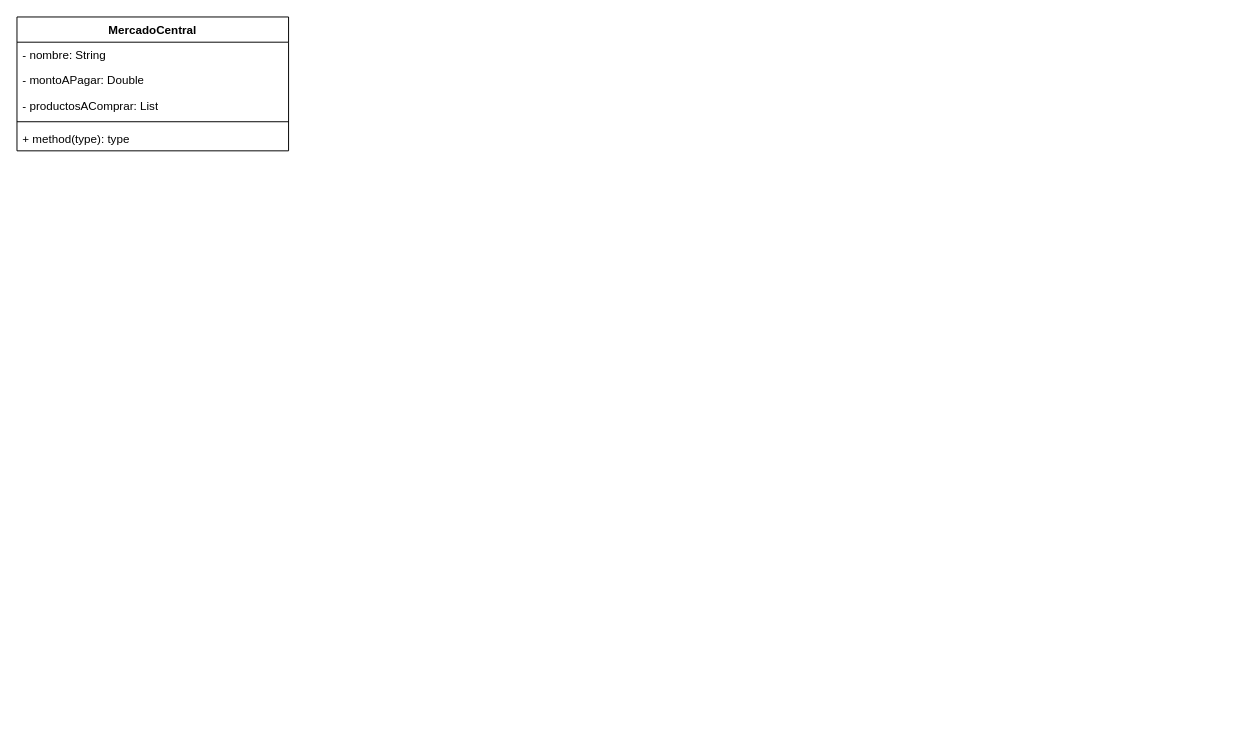
Earlier version of the draw.io diagram src/tp5/Tp5-UML.drawio (Rodriexze/unqui-po2-ojeda). Source tidied: cells renumbered, new cells numbered last; positions are measured from the earlier drawing's top-left corner, leaving out a move shared by most shapes. Both pictures are drawn from the tidied source at 97%, with x=0, y=0 at pixel (16, 16).
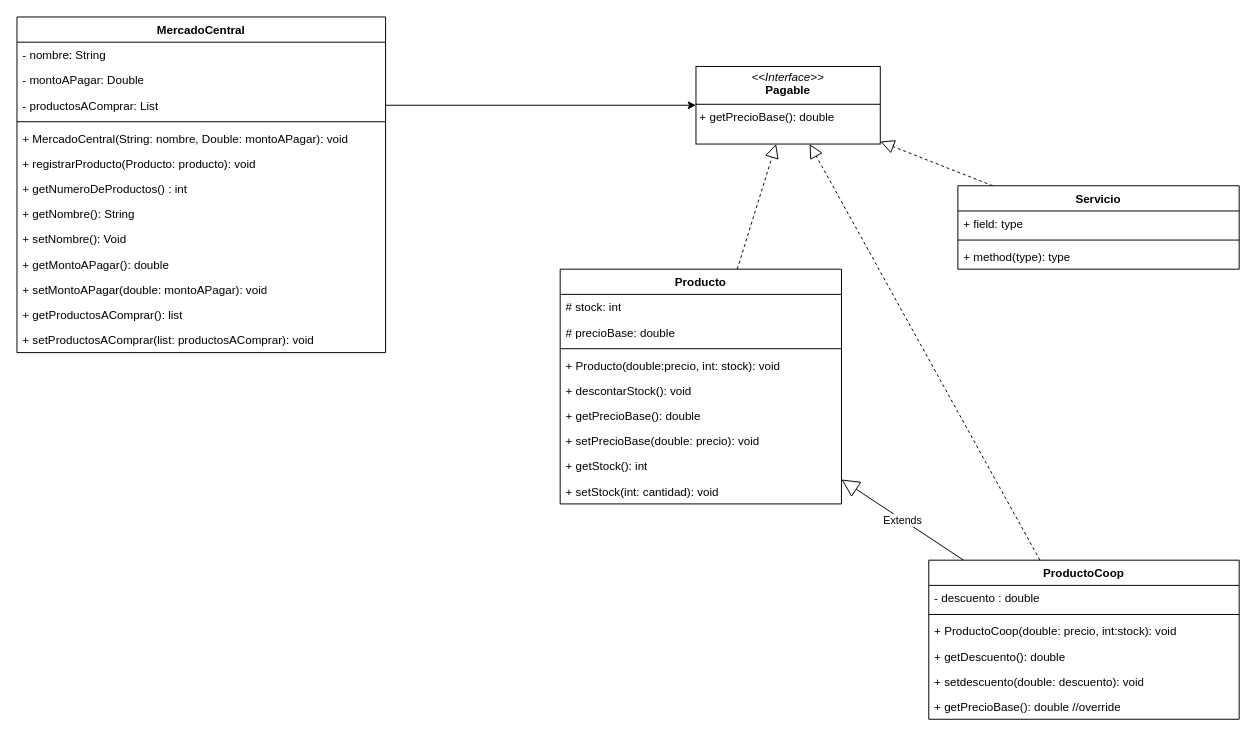
Above is the later version.

Change to the diagram source:
```diff
@@
     <mxCell id="2" value="MercadoCentral" style="swimlane;fontStyle=1;align=center;verticalAlign=top;horizontal=1;startSize=26;whiteSpace=wrap;html=1;" parent="1" vertex="1">
-      <mxGeometry width="280" height="138" as="geometry" />
+      <mxGeometry width="380" height="346" as="geometry" />
     </mxCell>
     <mxCell id="3" value="- nombre: String" style="text;strokeColor=none;fillColor=none;align=left;verticalAlign=top;spacingLeft=4;spacingRight=4;overflow=hidden;whiteSpace=wrap;html=1;" parent="2" vertex="1">
-      <mxGeometry y="26" width="280" height="26" as="geometry" />
+      <mxGeometry y="26" width="380" height="26" as="geometry" />
     </mxCell>
     <mxCell id="4" value="- montoAPagar: Double" style="text;strokeColor=none;fillColor=none;align=left;verticalAlign=top;spacingLeft=4;spacingRight=4;overflow=hidden;whiteSpace=wrap;html=1;" parent="2" vertex="1">
-      <mxGeometry y="52" width="280" height="26" as="geometry" />
+      <mxGeometry y="52" width="380" height="26" as="geometry" />
     </mxCell>
     <mxCell id="5" value="- productosAComprar: List" style="text;strokeColor=none;fillColor=none;align=left;verticalAlign=top;spacingLeft=4;spacingRight=4;overflow=hidden;points=[[0,0.5],[1,0.5]];portConstraint=eastwest;whiteSpace=wrap;html=1;" parent="2" vertex="1">
-      <mxGeometry y="78" width="280" height="26" as="geometry" />
+      <mxGeometry y="78" width="380" height="26" as="geometry" />
     </mxCell>
     <mxCell id="6" style="line;strokeWidth=1;fillColor=none;align=left;verticalAlign=middle;spacingTop=-1;spacingLeft=3;spacingRight=3;labelPosition=right;strokeColor=inherit;" parent="2" vertex="1">
-      <mxGeometry y="104" width="280" height="8" as="geometry" />
+      <mxGeometry y="104" width="380" height="8" as="geometry" />
     </mxCell>
-    <mxCell id="7" value="+ method(type): type" style="text;strokeColor=none;fillColor=none;align=left;verticalAlign=top;spacingLeft=4;spacingRight=4;overflow=hidden;whiteSpace=wrap;html=1;" parent="2" vertex="1">
-      <mxGeometry y="112" width="280" height="26" as="geometry" />
+    <mxCell id="7" value="+ MercadoCentral(String: nombre, Double: montoAPagar): void" style="text;strokeColor=none;fillColor=none;align=left;verticalAlign=top;spacingLeft=4;spacingRight=4;overflow=hidden;whiteSpace=wrap;html=1;" parent="2" vertex="1">
+      <mxGeometry y="112" width="380" height="26" as="geometry" />
     </mxCell>
+    <mxCell id="8" value="+ registrarProducto(Producto: producto): void" style="text;strokeColor=none;fillColor=none;align=left;verticalAlign=top;spacingLeft=4;spacingRight=4;overflow=hidden;whiteSpace=wrap;html=1;" parent="2" vertex="1">
+      <mxGeometry y="138" width="380" height="26" as="geometry" />
+    </mxCell>
+    <mxCell id="9" value="+ getNumeroDeProductos() : int" style="text;strokeColor=none;fillColor=none;align=left;verticalAlign=top;spacingLeft=4;spacingRight=4;overflow=hidden;whiteSpace=wrap;html=1;" parent="2" vertex="1">
+      <mxGeometry y="164" width="380" height="26" as="geometry" />
+    </mxCell>
+    <mxCell id="10" value="+ getNombre(): String" style="text;strokeColor=none;fillColor=none;align=left;verticalAlign=top;spacingLeft=4;spacingRight=4;overflow=hidden;whiteSpace=wrap;html=1;" parent="2" vertex="1">
+      <mxGeometry y="190" width="380" height="26" as="geometry" />
+    </mxCell>
+    <mxCell id="11" value="+ setNombre(): Void" style="text;strokeColor=none;fillColor=none;align=left;verticalAlign=top;spacingLeft=4;spacingRight=4;overflow=hidden;whiteSpace=wrap;html=1;" parent="2" vertex="1">
+      <mxGeometry y="216" width="380" height="26" as="geometry" />
+    </mxCell>
+    <mxCell id="12" value="+ getMontoAPagar(): double" style="text;strokeColor=none;fillColor=none;align=left;verticalAlign=top;spacingLeft=4;spacingRight=4;overflow=hidden;whiteSpace=wrap;html=1;" parent="2" vertex="1">
+      <mxGeometry y="242" width="380" height="26" as="geometry" />
+    </mxCell>
+    <mxCell id="13" value="+ setMontoAPagar(double: montoAPagar): void" style="text;strokeColor=none;fillColor=none;align=left;verticalAlign=top;spacingLeft=4;spacingRight=4;overflow=hidden;whiteSpace=wrap;html=1;" parent="2" vertex="1">
+      <mxGeometry y="268" width="380" height="26" as="geometry" />
+    </mxCell>
+    <mxCell id="14" value="+ getProductosAComprar(): list" style="text;strokeColor=none;fillColor=none;align=left;verticalAlign=top;spacingLeft=4;spacingRight=4;overflow=hidden;whiteSpace=wrap;html=1;" parent="2" vertex="1">
+      <mxGeometry y="294" width="380" height="26" as="geometry" />
+    </mxCell>
+    <mxCell id="15" value="+ setProductosAComprar(list: productosAComprar): void" style="text;strokeColor=none;fillColor=none;align=left;verticalAlign=top;spacingLeft=4;spacingRight=4;overflow=hidden;whiteSpace=wrap;html=1;" parent="2" vertex="1">
+      <mxGeometry y="320" width="380" height="26" as="geometry" />
+    </mxCell>
+    <mxCell id="16" value="Producto" style="swimlane;fontStyle=1;align=center;verticalAlign=top;horizontal=1;startSize=26;whiteSpace=wrap;html=1;" parent="1" vertex="1">
+      <mxGeometry x="560" y="260" width="290" height="242" as="geometry" />
+    </mxCell>
+    <mxCell id="17" value="# stock: int" style="text;strokeColor=none;fillColor=none;align=left;verticalAlign=top;spacingLeft=4;spacingRight=4;overflow=hidden;whiteSpace=wrap;html=1;" parent="16" vertex="1">
+      <mxGeometry y="26" width="290" height="26" as="geometry" />
+    </mxCell>
+    <mxCell id="18" value="# precioBase: double" style="text;strokeColor=none;fillColor=none;align=left;verticalAlign=top;spacingLeft=4;spacingRight=4;overflow=hidden;whiteSpace=wrap;html=1;" parent="16" vertex="1">
+      <mxGeometry y="52" width="290" height="26" as="geometry" />
+    </mxCell>
+    <mxCell id="19" style="line;strokeWidth=1;fillColor=none;align=left;verticalAlign=middle;spacingTop=-1;spacingLeft=3;spacingRight=3;labelPosition=right;strokeColor=inherit;" parent="16" vertex="1">
+      <mxGeometry y="78" width="290" height="8" as="geometry" />
+    </mxCell>
+    <mxCell id="20" value="+ Producto(double:precio, int: stock): void" style="text;strokeColor=none;fillColor=none;align=left;verticalAlign=top;spacingLeft=4;spacingRight=4;overflow=hidden;whiteSpace=wrap;html=1;" parent="16" vertex="1">
+      <mxGeometry y="86" width="290" height="26" as="geometry" />
+    </mxCell>
+    <mxCell id="21" value="+ descontarStock(): void" style="text;strokeColor=none;fillColor=none;align=left;verticalAlign=top;spacingLeft=4;spacingRight=4;overflow=hidden;whiteSpace=wrap;html=1;" parent="16" vertex="1">
+      <mxGeometry y="112" width="290" height="26" as="geometry" />
+    </mxCell>
+    <mxCell id="22" value="+ getPrecioBase(): double" style="text;strokeColor=none;fillColor=none;align=left;verticalAlign=top;spacingLeft=4;spacingRight=4;overflow=hidden;whiteSpace=wrap;html=1;" parent="16" vertex="1">
+      <mxGeometry y="138" width="290" height="26" as="geometry" />
+    </mxCell>
+    <mxCell id="23" value="+ setPrecioBase(double: precio): void" style="text;strokeColor=none;fillColor=none;align=left;verticalAlign=top;spacingLeft=4;spacingRight=4;overflow=hidden;whiteSpace=wrap;html=1;" parent="16" vertex="1">
+      <mxGeometry y="164" width="290" height="26" as="geometry" />
+    </mxCell>
+    <mxCell id="24" value="+ getStock(): int" style="text;strokeColor=none;fillColor=none;align=left;verticalAlign=top;spacingLeft=4;spacingRight=4;overflow=hidden;whiteSpace=wrap;html=1;" parent="16" vertex="1">
+      <mxGeometry y="190" width="290" height="26" as="geometry" />
+    </mxCell>
+    <mxCell id="25" value="+ setStock(int: cantidad): void" style="text;strokeColor=none;fillColor=none;align=left;verticalAlign=top;spacingLeft=4;spacingRight=4;overflow=hidden;whiteSpace=wrap;html=1;" parent="16" vertex="1">
+      <mxGeometry y="216" width="290" height="26" as="geometry" />
+    </mxCell>
+    <mxCell id="26" style="edgeStyle=orthogonalEdgeStyle;rounded=0;jettySize=auto;html=1;" parent="1" edge="1" source="5" target="35">
+      <mxGeometry relative="1" as="geometry" />
+    </mxCell>
+    <mxCell id="27" value="ProductoCoop" style="swimlane;fontStyle=1;align=center;verticalAlign=top;horizontal=1;startSize=26;whiteSpace=wrap;html=1;" parent="1" vertex="1">
+      <mxGeometry x="940" y="560" width="320" height="164" as="geometry" />
+    </mxCell>
+    <mxCell id="28" value="- descuento : double" style="text;strokeColor=none;fillColor=none;align=left;verticalAlign=top;spacingLeft=4;spacingRight=4;overflow=hidden;whiteSpace=wrap;html=1;" parent="27" vertex="1">
+      <mxGeometry y="26" width="320" height="26" as="geometry" />
+    </mxCell>
+    <mxCell id="29" style="line;strokeWidth=1;fillColor=none;align=left;verticalAlign=middle;spacingTop=-1;spacingLeft=3;spacingRight=3;labelPosition=right;strokeColor=inherit;" parent="27" vertex="1">
+      <mxGeometry y="52" width="320" height="8" as="geometry" />
+    </mxCell>
+    <mxCell id="30" value="+ ProductoCoop(double: precio, int:stock): void" style="text;strokeColor=none;fillColor=none;align=left;verticalAlign=top;spacingLeft=4;spacingRight=4;overflow=hidden;whiteSpace=wrap;html=1;" parent="27" vertex="1">
+      <mxGeometry y="60" width="320" height="26" as="geometry" />
+    </mxCell>
+    <mxCell id="31" value="+ getDescuento(): double" style="text;strokeColor=none;fillColor=none;align=left;verticalAlign=top;spacingLeft=4;spacingRight=4;overflow=hidden;whiteSpace=wrap;html=1;" parent="27" vertex="1">
+      <mxGeometry y="86" width="320" height="26" as="geometry" />
+    </mxCell>
+    <mxCell id="32" value="+ setdescuento(double: descuento): void&lt;div&gt;&lt;br&gt;&lt;/div&gt;" style="text;strokeColor=none;fillColor=none;align=left;verticalAlign=top;spacingLeft=4;spacingRight=4;overflow=hidden;whiteSpace=wrap;html=1;" parent="27" vertex="1">
+      <mxGeometry y="112" width="320" height="26" as="geometry" />
+    </mxCell>
+    <mxCell id="33" value="+ getPrecioBase(): double //override" style="text;strokeColor=none;fillColor=none;align=left;verticalAlign=top;spacingLeft=4;spacingRight=4;overflow=hidden;whiteSpace=wrap;html=1;" parent="27" vertex="1">
+      <mxGeometry y="138" width="320" height="26" as="geometry" />
+    </mxCell>
+    <mxCell id="34" value="Extends" style="endArrow=block;endSize=16;endFill=0;html=1;rounded=0;" parent="1" edge="1" source="27" target="16">
+      <mxGeometry relative="1" as="geometry" />
+    </mxCell>
+    <mxCell id="35" value="&lt;p style=&quot;margin:0px;margin-top:4px;text-align:center;&quot;&gt;&lt;i&gt;&amp;lt;&amp;lt;Interface&amp;gt;&amp;gt;&lt;/i&gt;&lt;br&gt;&lt;b&gt;Pagable&lt;/b&gt;&lt;/p&gt;&lt;hr size=&quot;1&quot; style=&quot;border-style:solid;&quot;&gt;&lt;p style=&quot;margin:0px;margin-left:4px;&quot;&gt;&lt;span style=&quot;background-color: transparent; color: light-dark(rgb(0, 0, 0), rgb(255, 255, 255));&quot;&gt;+ getPrecioBase(): double&lt;/span&gt;&lt;/p&gt;" style="verticalAlign=top;align=left;overflow=fill;html=1;whiteSpace=wrap;" parent="1" vertex="1">
+      <mxGeometry x="700" y="51" width="190" height="80" as="geometry" />
+    </mxCell>
+    <mxCell id="36" style="endArrow=block;dashed=1;endFill=0;endSize=12;html=1;rounded=0;" parent="1" edge="1" source="16" target="35">
+      <mxGeometry relative="1" as="geometry" />
+    </mxCell>
+    <mxCell id="37" style="endArrow=block;dashed=1;endFill=0;endSize=12;html=1;rounded=0;" parent="1" edge="1" source="27" target="35">
+      <mxGeometry relative="1" as="geometry" />
+    </mxCell>
+    <mxCell id="38" value="Servicio" style="swimlane;fontStyle=1;align=center;verticalAlign=top;horizontal=1;startSize=26;whiteSpace=wrap;html=1;" parent="1" vertex="1">
+      <mxGeometry x="970" y="174" width="290" height="86" as="geometry" />
+    </mxCell>
+    <mxCell id="39" value="+ field: type" style="text;strokeColor=none;fillColor=none;align=left;verticalAlign=top;spacingLeft=4;spacingRight=4;overflow=hidden;whiteSpace=wrap;html=1;" parent="38" vertex="1">
+      <mxGeometry y="26" width="290" height="26" as="geometry" />
+    </mxCell>
+    <mxCell id="40" style="line;strokeWidth=1;fillColor=none;align=left;verticalAlign=middle;spacingTop=-1;spacingLeft=3;spacingRight=3;labelPosition=right;strokeColor=inherit;" parent="38" vertex="1">
+      <mxGeometry y="52" width="290" height="8" as="geometry" />
+    </mxCell>
+    <mxCell id="41" value="+ method(type): type" style="text;strokeColor=none;fillColor=none;align=left;verticalAlign=top;spacingLeft=4;spacingRight=4;overflow=hidden;whiteSpace=wrap;html=1;" parent="38" vertex="1">
+      <mxGeometry y="60" width="290" height="26" as="geometry" />
+    </mxCell>
+    <mxCell id="42" style="endArrow=block;dashed=1;endFill=0;endSize=12;html=1;rounded=0;" parent="1" edge="1" source="38" target="35">
+      <mxGeometry relative="1" as="geometry" />
+    </mxCell>
```
